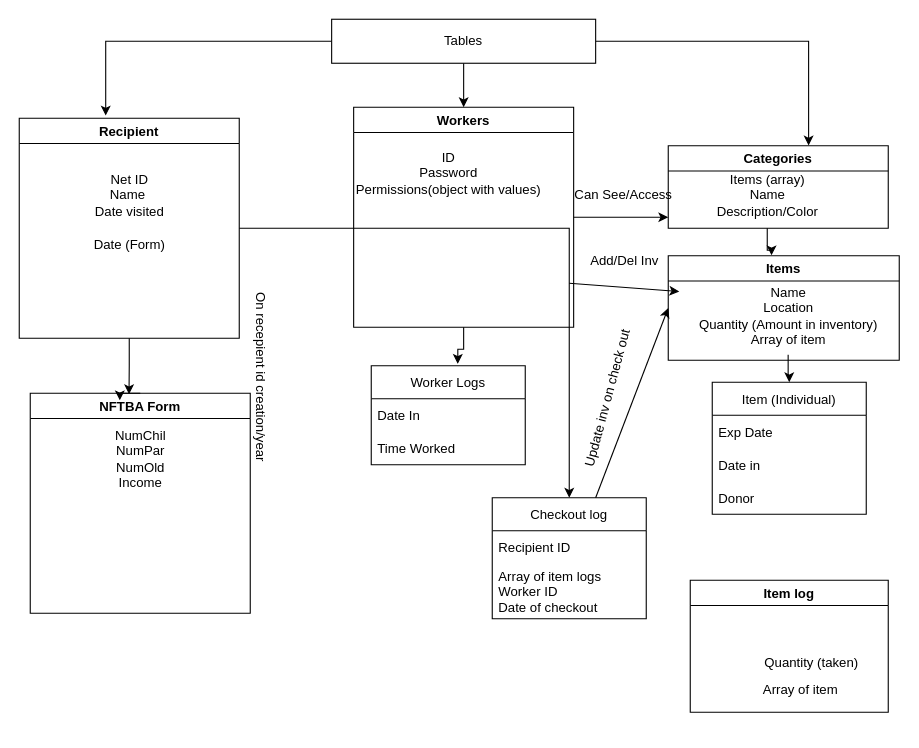
UTDallasEPICS/Comet-Cupboard keeps this draw.io diagram as Back-End Data.drawio. Above is the earlier version. Source tidied: cells renumbered, new cells numbered last; positions are measured from the earlier drawing's top-left corner, leaving out a move shared by most shapes. Both pictures are drawn from the tidied source at 110%, with x=0, y=0 at pixel (19, 19).
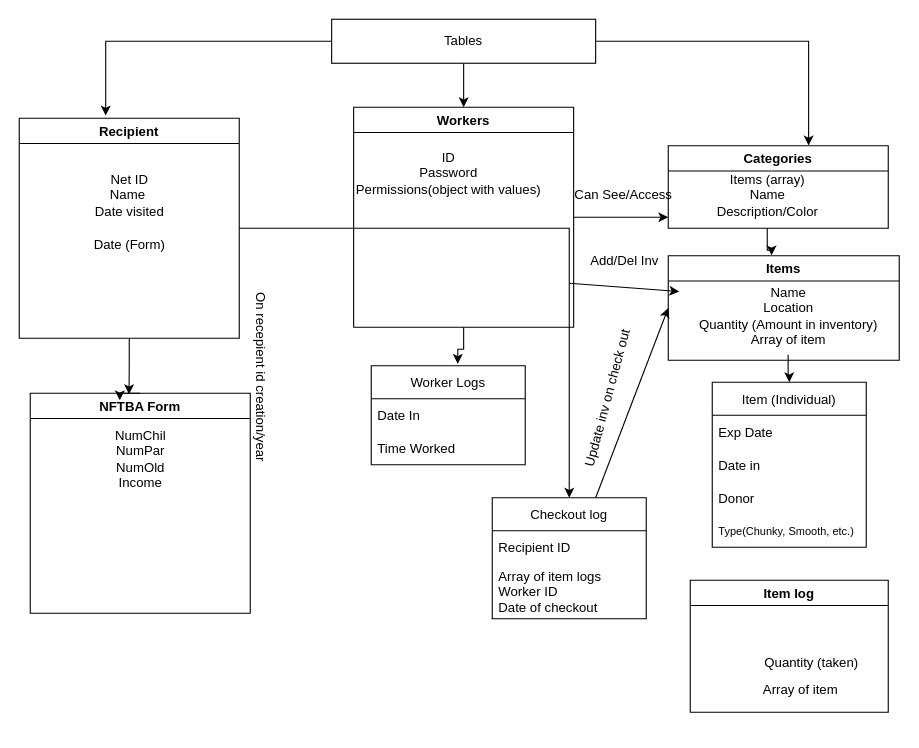
Above is the later version.

Commit message:
Added type to individual item

Diff of the diagram source:
```diff
@@
     <mxCell id="39" value="Item (Individual)" style="swimlane;fontStyle=0;horizontal=1;startSize=30;" parent="1" vertex="1">
-      <mxGeometry x="630" y="330" width="140" height="120" as="geometry" />
+      <mxGeometry x="630" y="330" width="140" height="150" as="geometry" />
     </mxCell>
@@
+    <mxCell id="44" value="Type(Chunky, Smooth, etc.)" style="text;strokeColor=none;fillColor=none;align=left;verticalAlign=middle;spacingLeft=4;spacingRight=4;overflow=hidden;fontSize=10;" parent="39" vertex="1">
+      <mxGeometry y="120" width="140" height="30" as="geometry" />
+    </mxCell>
```
